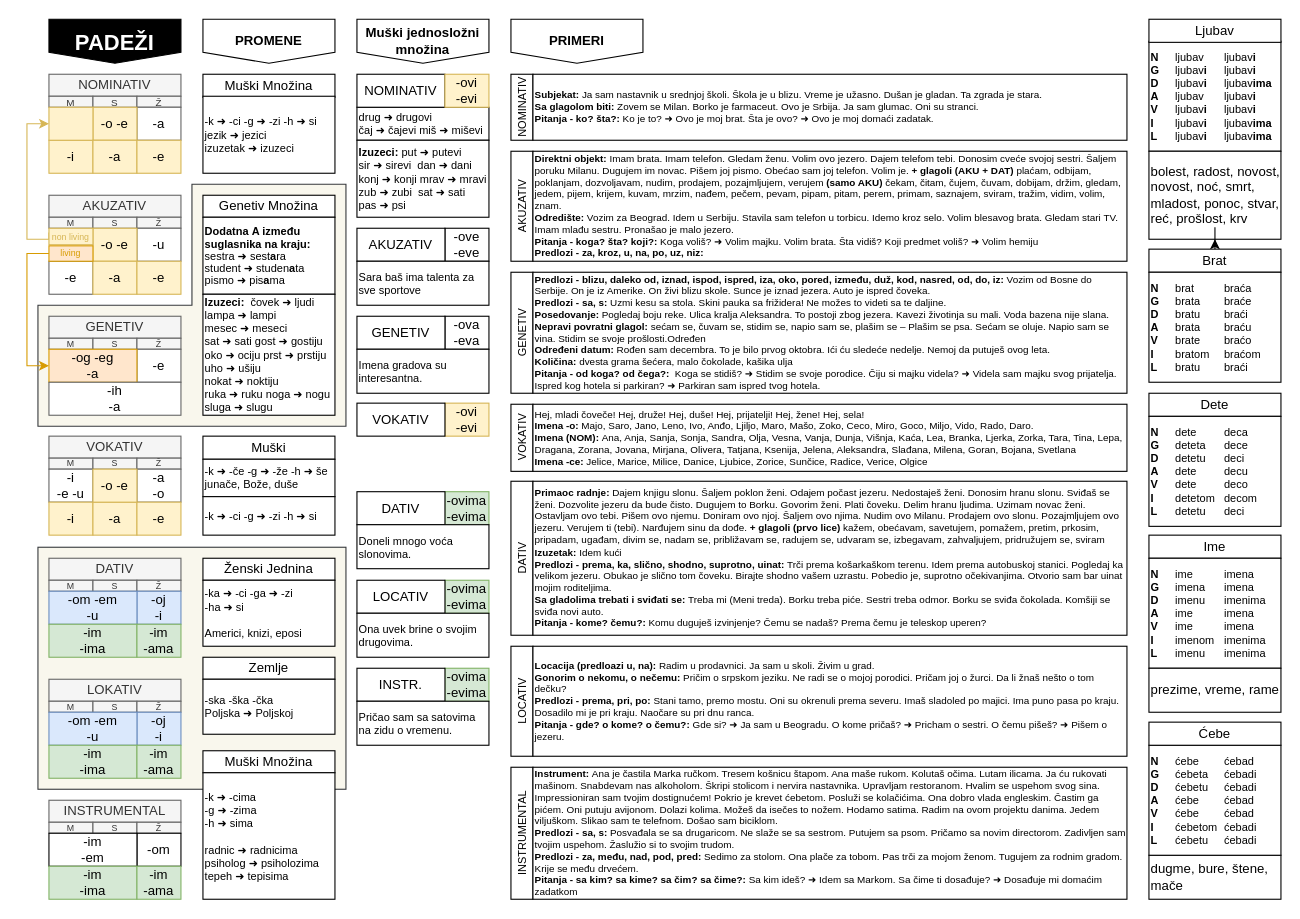
Before: draws/padezi.drawio in vlandivir/srpski, a draw.io diagram. Source tidied: cells renumbered, new cells numbered last; positions are measured from the earlier drawing's top-left corner, leaving out a move shared by most shapes. Both pictures are drawn from the tidied source at 110%, with x=0, y=0 at pixel (26, 19).
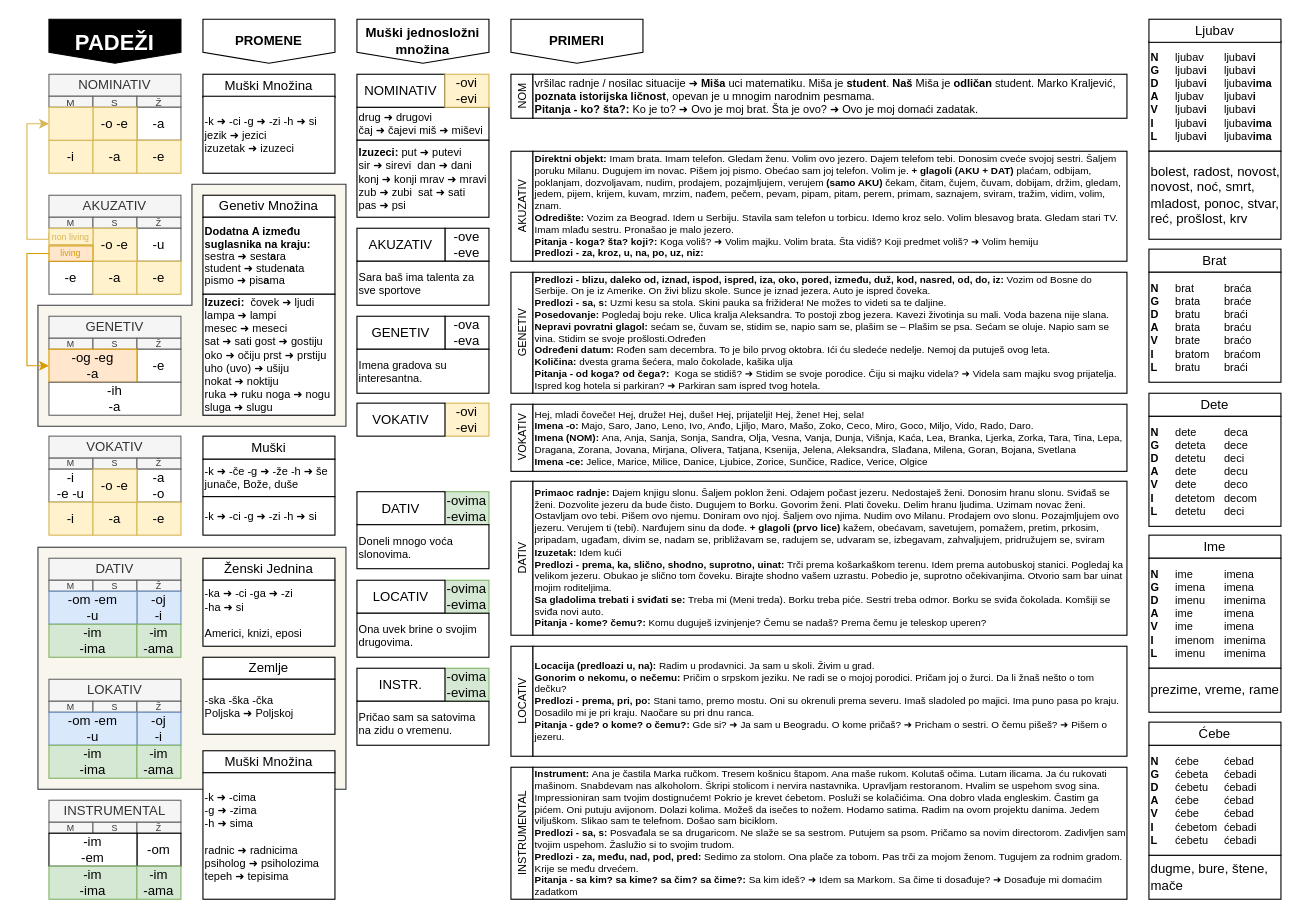
The same page after the edit.

Commit message:
Nominativ table

The change refers to these unchanged cells:
```xml
<mxCell id="105" value="&lt;font style=&quot;&quot;&gt;bolest, radost, novost, novost, noć, smrt, mladost, ponoc, stvar, reć, prošlost, krv&lt;br style=&quot;font-size: 12px;&quot;&gt;&lt;/font&gt;" style="rounded=0;html=1;align=left;fontSize=12;fontFamily=Helvetica;spacing=2;whiteSpace=wrap;" parent="1" vertex="1">
  <mxGeometry x="1020" y="120" width="120" height="80" as="geometry" />
</mxCell>
<mxCell id="123" value="Brat" style="rounded=0;whiteSpace=wrap;html=1;" parent="1" vertex="1">
  <mxGeometry x="1020" y="209" width="120" height="21" as="geometry" />
</mxCell>
```

Diff of the diagram source:
```diff
@@
-    <mxCell id="94" value="&lt;b&gt;Izuzeci:&amp;nbsp; &lt;/b&gt;čovek&lt;b&gt;&amp;nbsp;&lt;/b&gt;➜ ljudi&lt;br&gt;lampa ➜ lampi&lt;br&gt;mesec ➜ meseci&lt;br&gt;sat ➜ sati gost&amp;nbsp;➜ gostiju&lt;br&gt;oko ➜ ociju prst ➜ prstiju&lt;br&gt;uho ➜ ušiju&lt;br&gt;nokat ➜ noktiju&lt;br&gt;ruka ➜ ruku noga ➜ nogu&lt;br&gt;sluga ➜ slugu" style="rounded=0;whiteSpace=wrap;html=1;align=left;fontSize=10;" parent="1" vertex="1">
+    <mxCell id="94" value="&lt;b&gt;Izuzeci:&amp;nbsp; &lt;/b&gt;čovek&lt;b&gt;&amp;nbsp;&lt;/b&gt;➜ ljudi&lt;br&gt;lampa ➜ lampi&lt;br&gt;mesec ➜ meseci&lt;br&gt;sat ➜ sati gost&amp;nbsp;➜ gostiju&lt;br&gt;oko ➜ očiju prst ➜ prstiju&lt;br&gt;uho (uvo) ➜ ušiju&lt;br&gt;nokat ➜ noktiju&lt;br&gt;ruka ➜ ruku noga ➜ nogu&lt;br&gt;sluga ➜ slugu" style="rounded=0;whiteSpace=wrap;html=1;align=left;fontSize=10;" parent="1" vertex="1">
       <mxGeometry x="160" y="250" width="120" height="110" as="geometry" />
     </mxCell>
-    <mxCell id="95" value="NOMINATIV" style="rounded=0;whiteSpace=wrap;html=1;fontSize=10;horizontal=0;" parent="1" vertex="1">
-      <mxGeometry x="440" y="50" width="20" height="60" as="geometry" />
+    <mxCell id="95" value="NOM" style="rounded=0;whiteSpace=wrap;html=1;fontSize=10;horizontal=0;" parent="1" vertex="1">
+      <mxGeometry x="440" y="50" width="20" height="40" as="geometry" />
     </mxCell>
@@
-    <mxCell id="102" value="&lt;b style=&quot;font-size: 9px;&quot;&gt;Subjekat:&lt;/b&gt; Ja sam nastavnik u srednjoj školi. Škola je u blizu. Vreme je užasno. Dušan je gladan. Ta zgrada je stara. &lt;br style=&quot;font-size: 9px;&quot;&gt;&lt;b style=&quot;font-size: 9px;&quot;&gt;Sa glagolom biti: &lt;/b&gt;Zovem se Milan. Borko je farmaceut. Ovo je Srbija. Ja sam glumac. Oni su stranci.&lt;br style=&quot;font-size: 9px;&quot;&gt;&lt;b style=&quot;font-size: 9px;&quot;&gt;Pitanja - ko? šta?: &lt;/b&gt;Ko je to? ➜ Ovo je moj brat. Šta je ovo? ➜ Ovo je moj domaći zadatak.&amp;nbsp;" style="rounded=0;whiteSpace=wrap;html=1;align=left;fontSize=9;" parent="1" vertex="1">
-      <mxGeometry x="460" y="50" width="540" height="60" as="geometry" />
+    <mxCell id="102" value="&lt;font style=&quot;font-size: 10px;&quot;&gt;vršilac radnje / nosilac situacije ➜&amp;nbsp;&lt;b style=&quot;font-size: 10px;&quot;&gt;Miša&lt;/b&gt; uci matematiku. Miša je &lt;b style=&quot;font-size: 10px;&quot;&gt;student&lt;/b&gt;. &lt;b style=&quot;font-size: 10px;&quot;&gt;Naš&lt;/b&gt; Miša je &lt;b style=&quot;font-size: 10px;&quot;&gt;odličan&lt;/b&gt; student. Marko Kraljević, &lt;b style=&quot;font-size: 10px;&quot;&gt;poznata istorijska ličnost&lt;/b&gt;, opevan je u mnogim narodnim pesmama.&lt;br style=&quot;font-size: 10px;&quot;&gt;&lt;b style=&quot;font-size: 10px;&quot;&gt;Pitanja - ko? šta?: &lt;/b&gt;Ko je to? ➜ Ovo je moj brat. Šta je ovo? ➜ Ovo je moj domaći zadatak.&amp;nbsp;&lt;/font&gt;" style="rounded=0;whiteSpace=wrap;html=1;align=left;fontSize=10;" parent="1" vertex="1">
+      <mxGeometry x="460" y="50" width="540" height="40" as="geometry" />
     </mxCell>
@@
-    <mxCell id="122" style="edgeStyle=orthogonalEdgeStyle;rounded=0;jettySize=auto;html=1;" parent="1" edge="1" source="123" target="105">
-      <mxGeometry relative="1" as="geometry" />
-    </mxCell>
```
